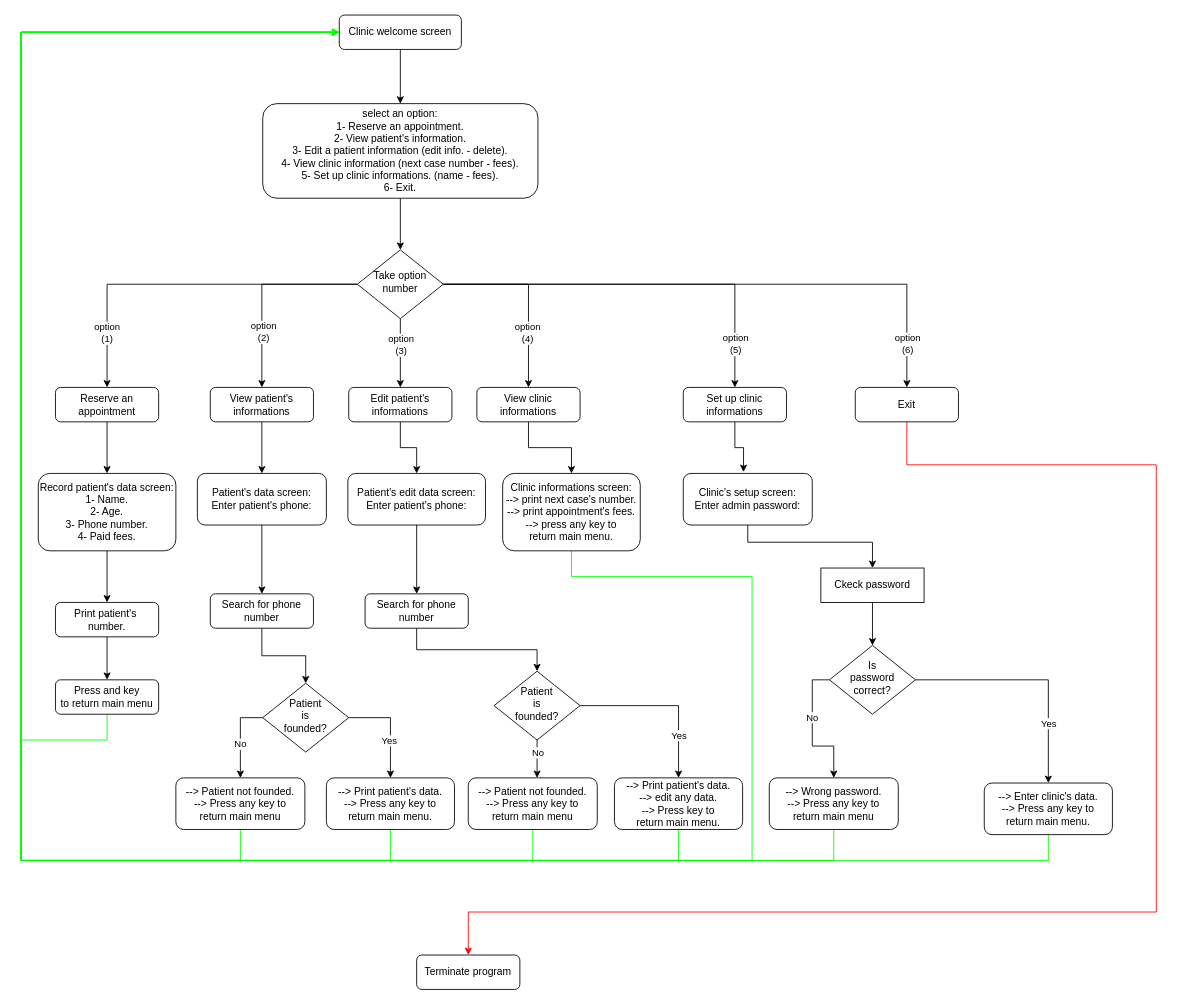
The draw.io diagram projects/clinic_reservation_system/clinic_reservation_system.drawio in Mohamed-yasser-eisa/C-programming, before the edit. Source tidied: cells renumbered, new cells numbered last; positions are measured from the earlier drawing's top-left corner, leaving out a move shared by most shapes. Both pictures are drawn from the tidied source at 86%, with x=0, y=0 at pixel (21, 15).
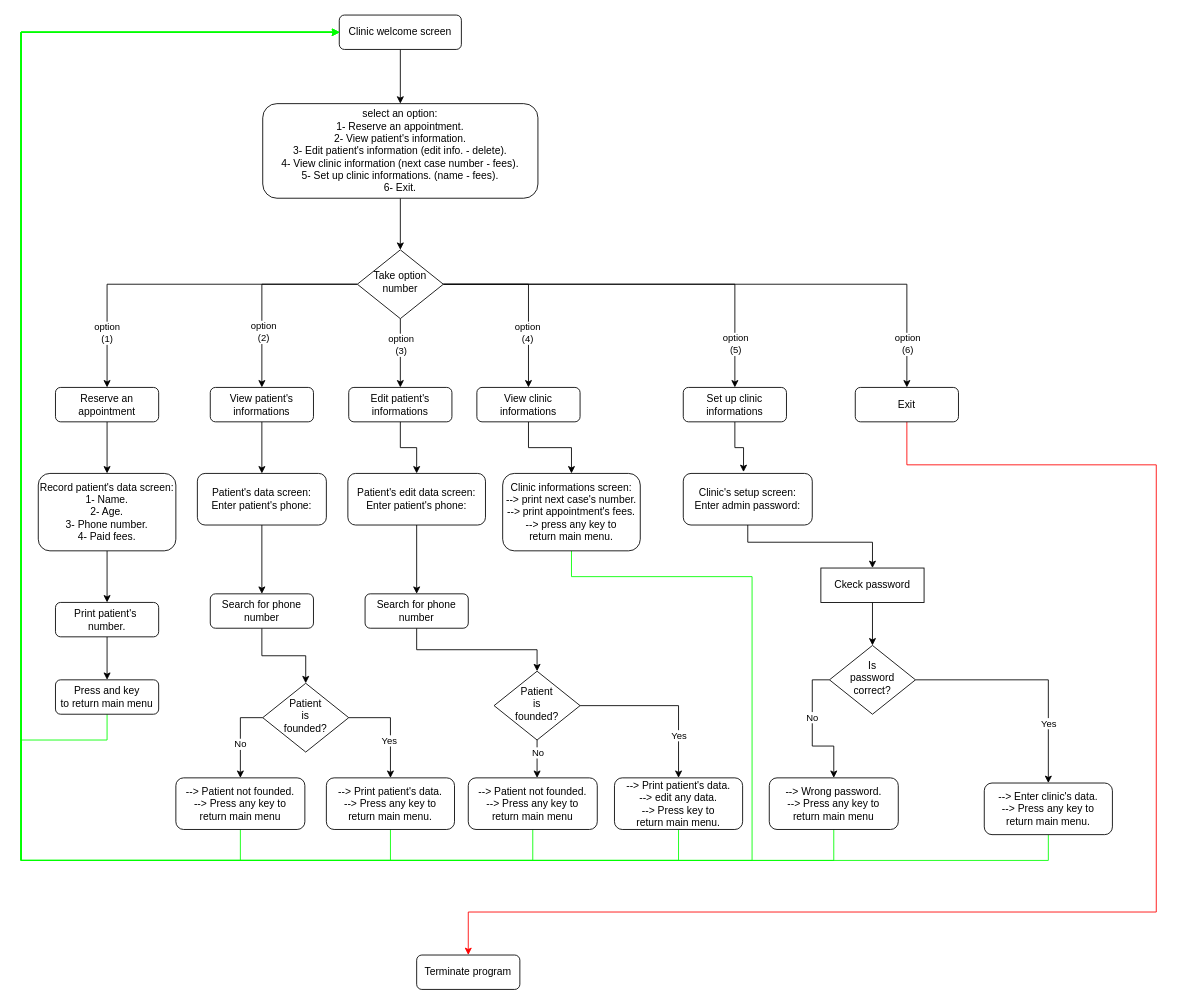
The same page after the edit.

What changed in the source:
```diff
@@
-    <mxCell id="29" value="select an option:&lt;br&gt;1- Reserve an appointment.&lt;br&gt;2- View patient's information.&lt;br&gt;3- Edit a patient information (edit info. - delete).&lt;br&gt;4- View clinic information (next case number - fees).&lt;br&gt;5- Set up clinic informations. (name - fees).&lt;br&gt;6- Exit." style="rounded=1;whiteSpace=wrap;html=1;fontSize=12;glass=0;strokeWidth=1;shadow=0;" parent="1" vertex="1">
+    <mxCell id="29" value="select an option:&lt;br&gt;1- Reserve an appointment.&lt;br&gt;2- View patient's information.&lt;br&gt;3- Edit patient's information (edit info. - delete).&lt;br&gt;4- View clinic information (next case number - fees).&lt;br&gt;5- Set up clinic informations. (name - fees).&lt;br&gt;6- Exit." style="rounded=1;whiteSpace=wrap;html=1;fontSize=12;glass=0;strokeWidth=1;shadow=0;" parent="1" vertex="1">
       <mxGeometry x="281" y="103" width="320" height="110" as="geometry" />
     </mxCell>
```
